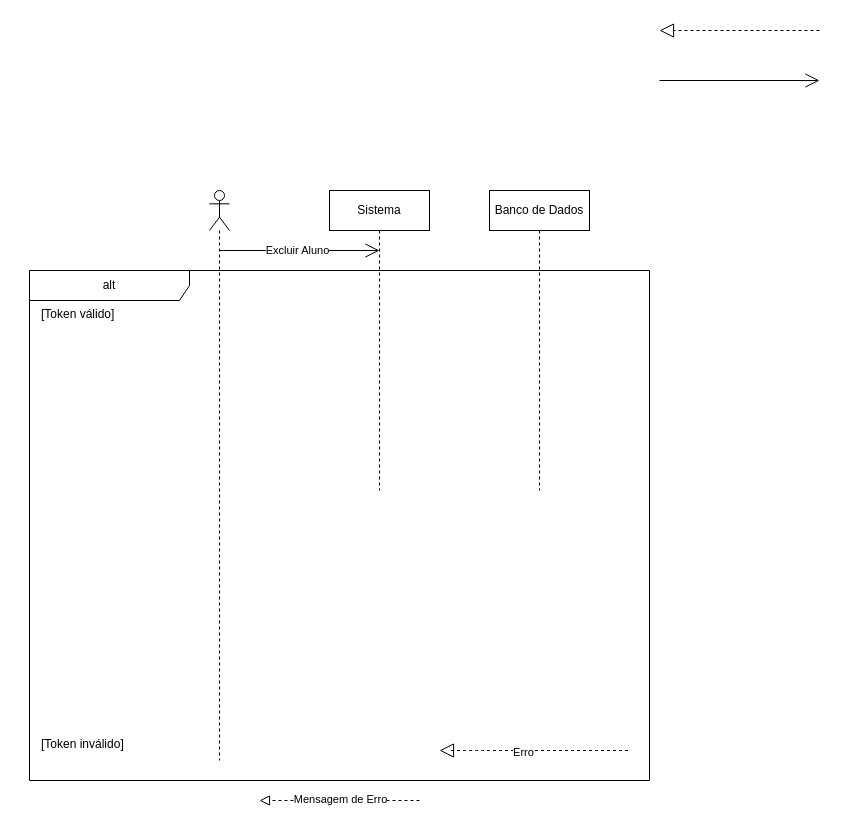
The draw.io diagram page "Excluir Aluno" (14 of 22) of diagramas/sequencias.drawio in lauraesilva-design/SistemaGest-o-Escolar, before the edit. Source tidied: cells renumbered, new cells numbered last; positions are measured from the earlier drawing's top-left corner, leaving out a move shared by most shapes. Both pictures are drawn from the tidied source at 100%, with x=0, y=0 at pixel (29, 30).
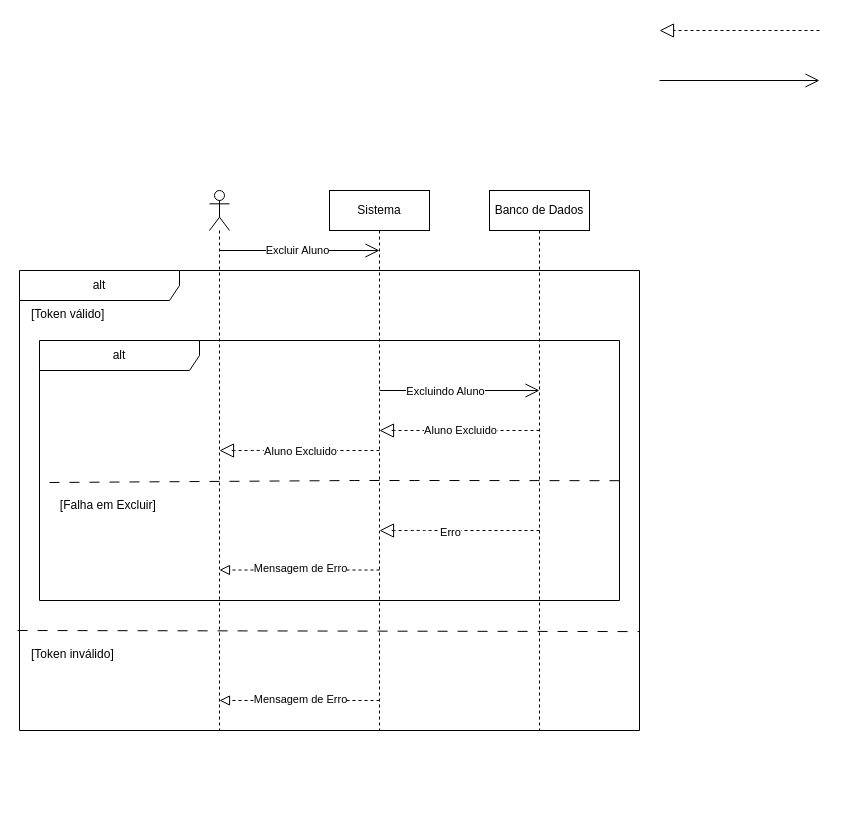
After the change.

Change to the diagram source:
```diff
@@
-    <mxCell id="2" style="shape=umlLifeline;perimeter=lifelinePerimeter;whiteSpace=wrap;html=1;newEdgeStyle={&quot;curved&quot;:0,&quot;rounded&quot;:0};participant=umlActor;" parent="1" vertex="1">
-      <mxGeometry x="180" y="160" width="20" height="570" as="geometry" />
-    </mxCell>
+    <mxCell id="7" style="endArrow=open;endFill=1;endSize=12;html=1;" parent="1" edge="1">
+      <mxGeometry relative="1" as="geometry">
+        <mxPoint x="630" y="50" as="sourcePoint" />
+        <mxPoint x="790" y="50" as="targetPoint" />
+      </mxGeometry>
+    </mxCell>
+    <mxCell id="8" style="endArrow=block;dashed=1;endFill=0;endSize=12;html=1;" parent="1" edge="1">
+      <mxGeometry relative="1" as="geometry">
+        <mxPoint x="790" as="sourcePoint" />
+        <mxPoint x="630" as="targetPoint" />
+      </mxGeometry>
+    </mxCell>
+    <mxCell id="16" style="shape=umlLifeline;perimeter=lifelinePerimeter;whiteSpace=wrap;html=1;newEdgeStyle={&quot;curved&quot;:0,&quot;rounded&quot;:0};participant=umlActor;" parent="1" vertex="1">
+      <mxGeometry x="180" y="160" width="20" height="540" as="geometry" />
+    </mxCell>
     <mxCell id="3" value="Sistema" style="shape=umlLifeline;perimeter=lifelinePerimeter;whiteSpace=wrap;html=1;newEdgeStyle={&quot;curved&quot;:0,&quot;rounded&quot;:0};" parent="1" vertex="1">
-      <mxGeometry x="300" y="160" width="100" height="300" as="geometry" />
+      <mxGeometry x="300" y="160" width="100" height="540" as="geometry" />
     </mxCell>
     <mxCell id="4" value="Banco de Dados" style="shape=umlLifeline;perimeter=lifelinePerimeter;whiteSpace=wrap;html=1;newEdgeStyle={&quot;curved&quot;:0,&quot;rounded&quot;:0};" parent="1" vertex="1">
-      <mxGeometry x="460" y="160" width="100" height="300" as="geometry" />
+      <mxGeometry x="460" y="160" width="100" height="540" as="geometry" />
     </mxCell>
-    <mxCell id="5" style="endArrow=open;endFill=1;endSize=12;html=1;" parent="1" edge="1">
-      <mxGeometry relative="1" as="geometry">
-        <mxPoint x="190" y="220" as="sourcePoint" />
-        <mxPoint x="350" y="220" as="targetPoint" />
-      </mxGeometry>
-    </mxCell>
+    <mxCell id="17" style="endArrow=open;endFill=1;endSize=12;html=1;" parent="1" edge="1">
+      <mxGeometry relative="1" as="geometry">
+        <mxPoint x="190" y="220" as="sourcePoint" />
+        <mxPoint x="350" y="220" as="targetPoint" />
+      </mxGeometry>
+    </mxCell>
-    <mxCell id="6" value="Excluir Aluno" style="edgeLabel;html=1;align=center;verticalAlign=middle;" parent="5" vertex="1">
+    <mxCell id="6" value="Excluir Aluno" style="edgeLabel;html=1;align=center;verticalAlign=middle;" parent="17" vertex="1">
       <mxGeometry x="-0.04" y="1" relative="1" as="geometry" />
     </mxCell>
-    <mxCell id="7" style="endArrow=open;endFill=1;endSize=12;html=1;" parent="1" edge="1">
-      <mxGeometry relative="1" as="geometry">
-        <mxPoint x="630" y="50" as="sourcePoint" />
-        <mxPoint x="790" y="50" as="targetPoint" />
-      </mxGeometry>
-    </mxCell>
-    <mxCell id="8" style="endArrow=block;dashed=1;endFill=0;endSize=12;html=1;" parent="1" edge="1">
-      <mxGeometry relative="1" as="geometry">
-        <mxPoint x="790" as="sourcePoint" />
-        <mxPoint x="630" as="targetPoint" />
-      </mxGeometry>
-    </mxCell>
-    <mxCell id="9" value="alt" style="shape=umlFrame;whiteSpace=wrap;html=1;width=160;" parent="1" vertex="1">
-      <mxGeometry y="240" width="620" height="510" as="geometry" />
-    </mxCell>
+    <mxCell id="18" value="alt" style="shape=umlFrame;whiteSpace=wrap;html=1;width=160;" parent="1" vertex="1">
+      <mxGeometry x="-10" y="240" width="620" height="460" as="geometry" />
+    </mxCell>
-    <mxCell id="10" value="[Token válido]" style="text;html=1;" parent="9" vertex="1">
+    <mxCell id="10" value="[Token válido]" style="text;html=1;" parent="18" vertex="1">
       <mxGeometry x="10" y="30" width="160" height="20" as="geometry" />
     </mxCell>
+    <mxCell id="19" value="alt" style="shape=umlFrame;whiteSpace=wrap;html=1;width=160;" parent="18" vertex="1">
+      <mxGeometry x="20" y="70" width="580" height="260" as="geometry" />
+    </mxCell>
+    <mxCell id="20" style="endArrow=none;startArrow=none;endFill=0;startFill=0;endSize=8;html=1;verticalAlign=bottom;dashed=1;labelBackgroundColor=none;dashPattern=10 10;entryX=0.995;entryY=0.757;entryDx=0;entryDy=0;entryPerimeter=0;" parent="19" edge="1">
+      <mxGeometry relative="1" as="geometry">
+        <mxPoint x="10" y="142" as="sourcePoint" />
+        <mxPoint x="587.1" y="140.2" as="targetPoint" />
+        <Array as="points">
+          <mxPoint x="320" y="140" />
+          <mxPoint x="380" y="140" />
+        </Array>
+      </mxGeometry>
+    </mxCell>
+    <mxCell id="21" style="endArrow=block;startArrow=none;endFill=0;startFill=0;endSize=8;html=1;verticalAlign=bottom;dashed=1;labelBackgroundColor=none;" parent="19" edge="1">
+      <mxGeometry relative="1" as="geometry">
+        <mxPoint x="340" y="229.5" as="sourcePoint" />
+        <mxPoint x="180" y="229.5" as="targetPoint" />
+      </mxGeometry>
+    </mxCell>
+    <mxCell id="22" value="Mensagem de Erro" style="edgeLabel;html=1;align=center;verticalAlign=middle;" parent="21" vertex="1">
+      <mxGeometry relative="1" as="geometry">
+        <mxPoint y="-2" as="offset" />
+      </mxGeometry>
+    </mxCell>
+    <mxCell id="23" value="[Falha em Excluir]&amp;nbsp;" style="text;html=1;align=center;verticalAlign=middle;strokeColor=none;fillColor=none;" parent="19" vertex="1">
+      <mxGeometry x="10" y="150" width="120" height="30" as="geometry" />
+    </mxCell>
+    <mxCell id="24" style="endArrow=block;dashed=1;endFill=0;endSize=12;html=1;" parent="19" edge="1">
+      <mxGeometry relative="1" as="geometry">
+        <mxPoint x="500" y="190" as="sourcePoint" />
+        <mxPoint x="340" y="190" as="targetPoint" />
+        <Array as="points">
+          <mxPoint x="450.5" y="190" />
+          <mxPoint x="400" y="190" />
+          <mxPoint x="380" y="190" />
+          <mxPoint x="360" y="190" />
+          <mxPoint x="350" y="190" />
+        </Array>
+      </mxGeometry>
+    </mxCell>
+    <mxCell id="13" value="Erro" style="edgeLabel;html=1;align=center;verticalAlign=middle;" parent="24" vertex="1">
+      <mxGeometry x="0.06" y="1" relative="1" as="geometry">
+        <mxPoint x="-5" as="offset" />
+      </mxGeometry>
+    </mxCell>
+    <mxCell id="25" style="endArrow=open;endFill=1;endSize=12;html=1;" parent="19" edge="1">
+      <mxGeometry relative="1" as="geometry">
+        <mxPoint x="340" y="50" as="sourcePoint" />
+        <mxPoint x="500" y="50" as="targetPoint" />
+      </mxGeometry>
+    </mxCell>
+    <mxCell id="26" value="Excluindo Aluno" style="edgeLabel;html=1;align=center;verticalAlign=middle;" parent="25" vertex="1">
+      <mxGeometry x="-0.01" y="1" relative="1" as="geometry">
+        <mxPoint x="-14" y="1" as="offset" />
+      </mxGeometry>
+    </mxCell>
+    <mxCell id="27" style="endArrow=block;dashed=1;endFill=0;endSize=12;html=1;" parent="19" edge="1">
+      <mxGeometry relative="1" as="geometry">
+        <mxPoint x="500" y="90" as="sourcePoint" />
+        <mxPoint x="340" y="90" as="targetPoint" />
+        <Array as="points">
+          <mxPoint x="450.5" y="90" />
+          <mxPoint x="380" y="90" />
+          <mxPoint x="360" y="90" />
+          <mxPoint x="350" y="90" />
+        </Array>
+      </mxGeometry>
+    </mxCell>
+    <mxCell id="28" value="Aluno Excluido" style="edgeLabel;html=1;align=center;verticalAlign=middle;" parent="27" vertex="1">
+      <mxGeometry x="0.28" y="-1" relative="1" as="geometry">
+        <mxPoint x="22" as="offset" />
+      </mxGeometry>
+    </mxCell>
+    <mxCell id="29" style="endArrow=block;dashed=1;endFill=0;endSize=12;html=1;" parent="19" edge="1">
+      <mxGeometry relative="1" as="geometry">
+        <mxPoint x="340" y="110" as="sourcePoint" />
+        <mxPoint x="180" y="110" as="targetPoint" />
+        <Array as="points">
+          <mxPoint x="240" y="110" />
+          <mxPoint x="220" y="110" />
+          <mxPoint x="200" y="110" />
+          <mxPoint x="190" y="110" />
+        </Array>
+      </mxGeometry>
+    </mxCell>
+    <mxCell id="30" style="edgeLabel;html=1;align=center;verticalAlign=middle;" parent="29" vertex="1">
+      <mxGeometry x="-0.25" relative="1" as="geometry" />
+    </mxCell>
+    <mxCell id="31" value="&lt;span style=&quot;color: rgb(0, 0, 0);&quot;&gt;Aluno Excluido&lt;/span&gt;" style="edgeLabel;html=1;align=center;verticalAlign=middle;" parent="29" vertex="1">
+      <mxGeometry x="-0.47" relative="1" as="geometry">
+        <mxPoint x="-38" as="offset" />
+      </mxGeometry>
+    </mxCell>
-    <mxCell id="11" value="[Token inválido]" style="text;html=1;" parent="9" vertex="1">
-      <mxGeometry x="10" y="460" width="160" height="20" as="geometry" />
+    <mxCell id="11" value="[Token inválido]" style="text;html=1;" parent="18" vertex="1">
+      <mxGeometry x="10" y="370" width="160" height="20" as="geometry" />
     </mxCell>
-    <mxCell id="12" style="endArrow=block;dashed=1;endFill=0;endSize=12;html=1;" parent="1" edge="1">
-      <mxGeometry relative="1" as="geometry">
-        <mxPoint x="598.5" y="720" as="sourcePoint" />
-        <mxPoint x="410" y="720" as="targetPoint" />
-        <Array as="points">
-          <mxPoint x="520.5" y="720" />
-          <mxPoint x="470" y="720" />
-          <mxPoint x="450" y="720" />
-          <mxPoint x="430" y="720" />
-          <mxPoint x="420" y="720" />
-        </Array>
-      </mxGeometry>
-    </mxCell>
-    <mxCell id="13" value="Erro" style="edgeLabel;html=1;align=center;verticalAlign=middle;" parent="12" vertex="1">
-      <mxGeometry x="0.06" y="1" relative="1" as="geometry">
-        <mxPoint x="-5" as="offset" />
-      </mxGeometry>
-    </mxCell>
-    <mxCell id="14" style="endArrow=block;startArrow=none;endFill=0;startFill=0;endSize=8;html=1;verticalAlign=bottom;dashed=1;labelBackgroundColor=none;" parent="1" edge="1">
-      <mxGeometry relative="1" as="geometry">
-        <mxPoint x="390" y="770" as="sourcePoint" />
-        <mxPoint x="230" y="770" as="targetPoint" />
-      </mxGeometry>
-    </mxCell>
-    <mxCell id="15" value="Mensagem de Erro" style="edgeLabel;html=1;align=center;verticalAlign=middle;" parent="14" vertex="1">
-      <mxGeometry relative="1" as="geometry">
-        <mxPoint y="-2" as="offset" />
-      </mxGeometry>
-    </mxCell>
+    <mxCell id="32" style="endArrow=block;startArrow=none;endFill=0;startFill=0;endSize=8;html=1;verticalAlign=bottom;dashed=1;labelBackgroundColor=none;" parent="18" edge="1">
+      <mxGeometry relative="1" as="geometry">
+        <mxPoint x="360" y="430" as="sourcePoint" />
+        <mxPoint x="200" y="430" as="targetPoint" />
+      </mxGeometry>
+    </mxCell>
+    <mxCell id="33" value="Mensagem de Erro" style="edgeLabel;html=1;align=center;verticalAlign=middle;" parent="32" vertex="1">
+      <mxGeometry relative="1" as="geometry">
+        <mxPoint y="-2" as="offset" />
+      </mxGeometry>
+    </mxCell>
+    <mxCell id="34" style="endArrow=none;startArrow=none;endFill=0;startFill=0;endSize=8;html=1;verticalAlign=bottom;dashed=1;labelBackgroundColor=none;dashPattern=10 10;entryX=1.003;entryY=0.835;entryDx=0;entryDy=0;entryPerimeter=0;" parent="18" edge="1">
+      <mxGeometry relative="1" as="geometry">
+        <mxPoint x="-1.9" y="360" as="sourcePoint" />
+        <mxPoint x="620" y="361.1" as="targetPoint" />
+      </mxGeometry>
+    </mxCell>
```
